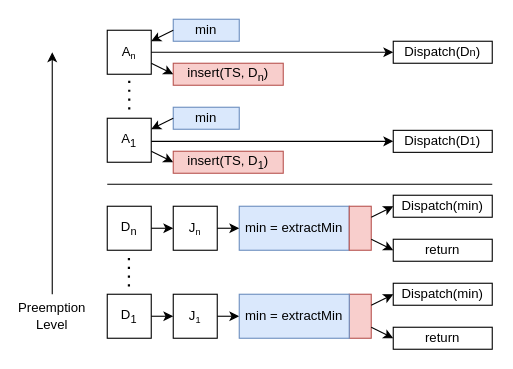
The draw.io diagram figs/interrupt.drawio in perlindgren/inplace-sort, before the edit. Source tidied: cells renumbered, new cells numbered last; positions are measured from the earlier drawing's top-left corner, leaving out a move shared by most shapes. Both pictures are drawn from the tidied source at 110%, with x=0, y=0 at pixel (19, 19).
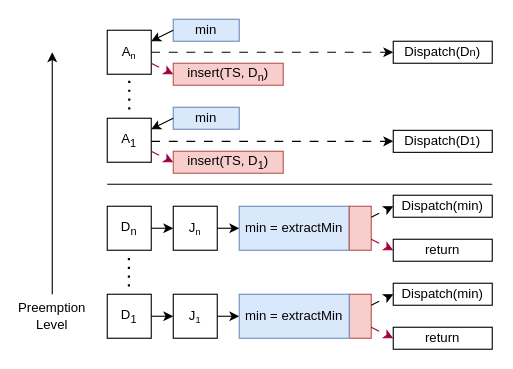
The same page after the edit.

The change refers to these unchanged cells:
```xml
<mxCell id="9" value="A&lt;span style=&quot;font-size: 10px;&quot;&gt;&lt;sub&gt;n&lt;/sub&gt;&lt;/span&gt;" style="rounded=0;whiteSpace=wrap;html=1;" parent="1" vertex="1">
  <mxGeometry x="80" y="10" width="40" height="40" as="geometry" />
</mxCell>
<mxCell id="20" value="insert(TS, D&lt;sub&gt;n&lt;/sub&gt;)" style="rounded=0;whiteSpace=wrap;html=1;fillColor=#f8cecc;strokeColor=#b85450;" parent="1" vertex="1">
  <mxGeometry x="140" y="40" width="100" height="20" as="geometry" />
</mxCell>
<mxCell id="25" style="rounded=0;whiteSpace=wrap;html=1;fillColor=#f8cecc;strokeColor=#b85450;" parent="1" vertex="1">
  <mxGeometry x="300" y="170" width="20" height="40" as="geometry" />
</mxCell>
<mxCell id="28" value="Dispatch(min)" style="rounded=0;whiteSpace=wrap;html=1;" parent="1" vertex="1">
  <mxGeometry x="340" y="160" width="90" height="20" as="geometry" />
</mxCell>
<mxCell id="29" value="return" style="rounded=0;whiteSpace=wrap;html=1;" parent="1" vertex="1">
  <mxGeometry x="340" y="200" width="90" height="20" as="geometry" />
</mxCell>
<mxCell id="32" value="Dispatch(min)" style="rounded=0;whiteSpace=wrap;html=1;" parent="1" vertex="1">
  <mxGeometry x="340" y="240" width="90" height="20" as="geometry" />
</mxCell>
<mxCell id="33" value="return" style="rounded=0;whiteSpace=wrap;html=1;" parent="1" vertex="1">
  <mxGeometry x="340" y="280" width="90" height="20" as="geometry" />
</mxCell>
<mxCell id="35" value="Dispatch(D&lt;span style=&quot;font-size: 10px;&quot;&gt;n&lt;/span&gt;)" style="rounded=0;whiteSpace=wrap;html=1;" parent="1" vertex="1">
  <mxGeometry x="340" y="20" width="90" height="20" as="geometry" />
</mxCell>
<mxCell id="37" value="Dispatch(D&lt;span style=&quot;font-size: 10px;&quot;&gt;1&lt;/span&gt;)" style="rounded=0;whiteSpace=wrap;html=1;" parent="1" vertex="1">
  <mxGeometry x="340" y="101" width="90" height="20" as="geometry" />
</mxCell>
```

The edit, as a diff of the source:
```diff
@@
-    <mxCell id="21" style="endArrow=classic;html=1;rounded=0;exitX=1;exitY=0.75;exitDx=0;exitDy=0;entryX=0;entryY=0.5;entryDx=0;entryDy=0;" parent="1" edge="1" source="9" target="20">
+    <mxCell id="21" style="endArrow=classic;html=1;rounded=0;exitX=1;exitY=0.75;exitDx=0;exitDy=0;entryX=0;entryY=0.5;entryDx=0;entryDy=0;dashed=1;dashPattern=8 8;fillColor=#d80073;strokeColor=#A50040;" parent="1" edge="1" source="9" target="20">
       <mxGeometry relative="1" as="geometry" />
     </mxCell>
@@
-    <mxCell id="24" style="endArrow=classic;html=1;rounded=0;exitX=1;exitY=0.75;exitDx=0;exitDy=0;entryX=0;entryY=0.5;entryDx=0;entryDy=0;" parent="1" edge="1">
+    <mxCell id="24" style="endArrow=classic;html=1;rounded=0;exitX=1;exitY=0.75;exitDx=0;exitDy=0;entryX=0;entryY=0.5;entryDx=0;entryDy=0;dashed=1;dashPattern=8 8;fillColor=#d80073;strokeColor=#A50040;" parent="1" edge="1">
       <mxGeometry relative="1" as="geometry">
         <mxPoint x="120" y="120" as="sourcePoint" />
         <mxPoint x="140" y="130" as="targetPoint" />
       </mxGeometry>
     </mxCell>
@@
-    <mxCell id="27" style="endArrow=classic;html=1;rounded=0;exitX=1;exitY=0.25;exitDx=0;exitDy=0;entryX=0;entryY=0.5;entryDx=0;entryDy=0;" parent="1" edge="1" source="25" target="28">
+    <mxCell id="27" style="endArrow=classic;html=1;rounded=0;exitX=1;exitY=0.25;exitDx=0;exitDy=0;entryX=0;entryY=0.5;entryDx=0;entryDy=0;dashed=1;dashPattern=8 8;" parent="1" edge="1" source="25" target="28">
       <mxGeometry relative="1" as="geometry" />
     </mxCell>
@@
-    <mxCell id="30" style="endArrow=classic;html=1;rounded=0;exitX=1;exitY=0.75;exitDx=0;exitDy=0;entryX=0;entryY=0.5;entryDx=0;entryDy=0;" parent="1" edge="1" source="25" target="29">
+    <mxCell id="30" style="endArrow=classic;html=1;rounded=0;exitX=1;exitY=0.75;exitDx=0;exitDy=0;entryX=0;entryY=0.5;entryDx=0;entryDy=0;dashed=1;dashPattern=8 8;fillColor=#d80073;strokeColor=#A50040;" parent="1" edge="1" source="25" target="29">
       <mxGeometry relative="1" as="geometry" />
     </mxCell>
-    <mxCell id="31" style="endArrow=classic;html=1;rounded=0;exitX=1;exitY=0.25;exitDx=0;exitDy=0;entryX=0;entryY=0.5;entryDx=0;entryDy=0;" parent="1" edge="1" target="32">
+    <mxCell id="31" style="endArrow=classic;html=1;rounded=0;exitX=1;exitY=0.25;exitDx=0;exitDy=0;entryX=0;entryY=0.5;entryDx=0;entryDy=0;dashed=1;dashPattern=8 8;" parent="1" edge="1" target="32">
       <mxGeometry relative="1" as="geometry">
         <mxPoint x="320" y="260" as="sourcePoint" />
       </mxGeometry>
     </mxCell>
@@
-    <mxCell id="34" style="endArrow=classic;html=1;rounded=0;exitX=1;exitY=0.75;exitDx=0;exitDy=0;entryX=0;entryY=0.5;entryDx=0;entryDy=0;" parent="1" edge="1" target="33">
+    <mxCell id="34" style="endArrow=classic;html=1;rounded=0;exitX=1;exitY=0.75;exitDx=0;exitDy=0;entryX=0;entryY=0.5;entryDx=0;entryDy=0;dashed=1;dashPattern=8 8;fillColor=#d80073;strokeColor=#A50040;" parent="1" edge="1" target="33">
       <mxGeometry relative="1" as="geometry">
         <mxPoint x="320" y="280" as="sourcePoint" />
       </mxGeometry>
     </mxCell>
@@
-    <mxCell id="36" style="endArrow=classic;html=1;rounded=0;exitX=1;exitY=0.5;exitDx=0;exitDy=0;entryX=0;entryY=0.5;entryDx=0;entryDy=0;" parent="1" edge="1" source="9" target="35">
+    <mxCell id="36" style="endArrow=classic;html=1;rounded=0;exitX=1;exitY=0.5;exitDx=0;exitDy=0;entryX=0;entryY=0.5;entryDx=0;entryDy=0;dashed=1;dashPattern=8 8;" parent="1" edge="1" source="9" target="35">
       <mxGeometry relative="1" as="geometry" />
     </mxCell>
@@
-    <mxCell id="38" style="endArrow=classic;html=1;rounded=0;exitX=1;exitY=0.5;exitDx=0;exitDy=0;entryX=0;entryY=0.5;entryDx=0;entryDy=0;" parent="1" edge="1" target="37">
+    <mxCell id="38" style="endArrow=classic;html=1;rounded=0;exitX=1;exitY=0.5;exitDx=0;exitDy=0;entryX=0;entryY=0.5;entryDx=0;entryDy=0;dashed=1;dashPattern=8 8;" parent="1" edge="1" target="37">
       <mxGeometry relative="1" as="geometry">
         <mxPoint x="120" y="111" as="sourcePoint" />
       </mxGeometry>
     </mxCell>
```
